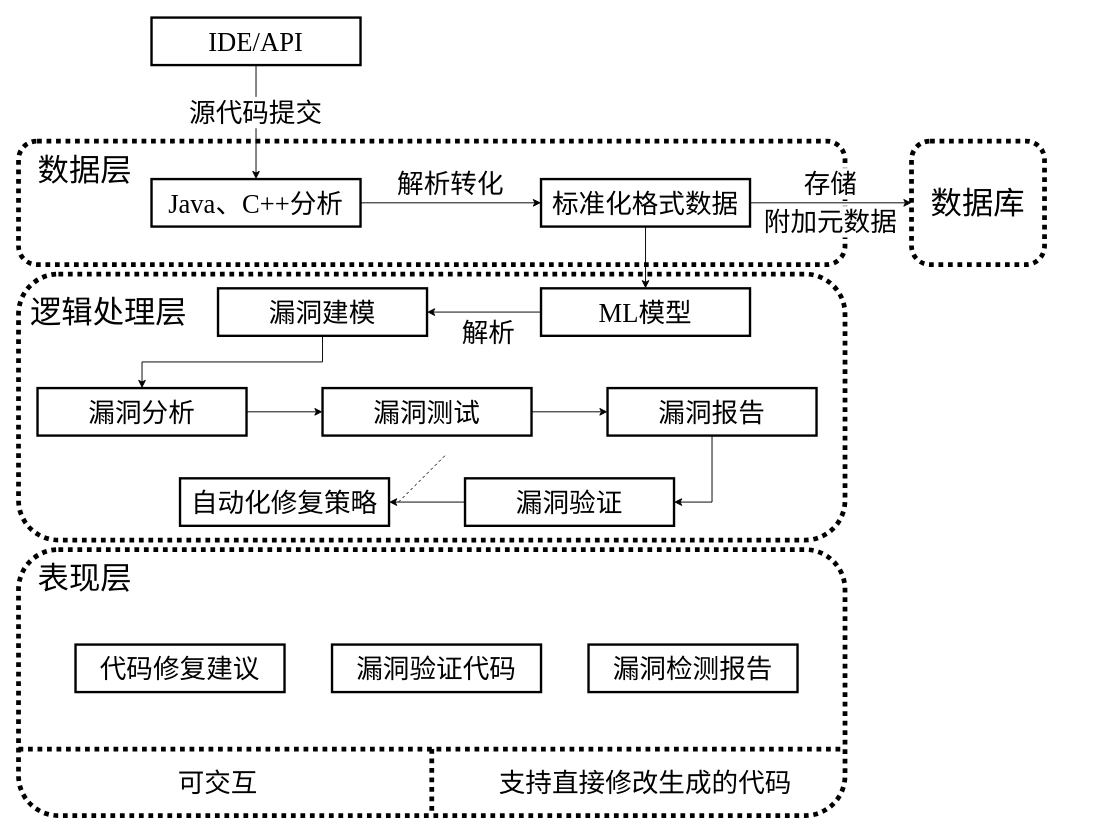
Before: 工作流程图.drawio in LovenSar/-, a draw.io diagram. Source tidied: cells renumbered, new cells numbered last; positions are measured from the earlier drawing's top-left corner, leaving out a move shared by most shapes. Both pictures are drawn from the tidied source at 95%, with x=0, y=0 at pixel (18, 17).
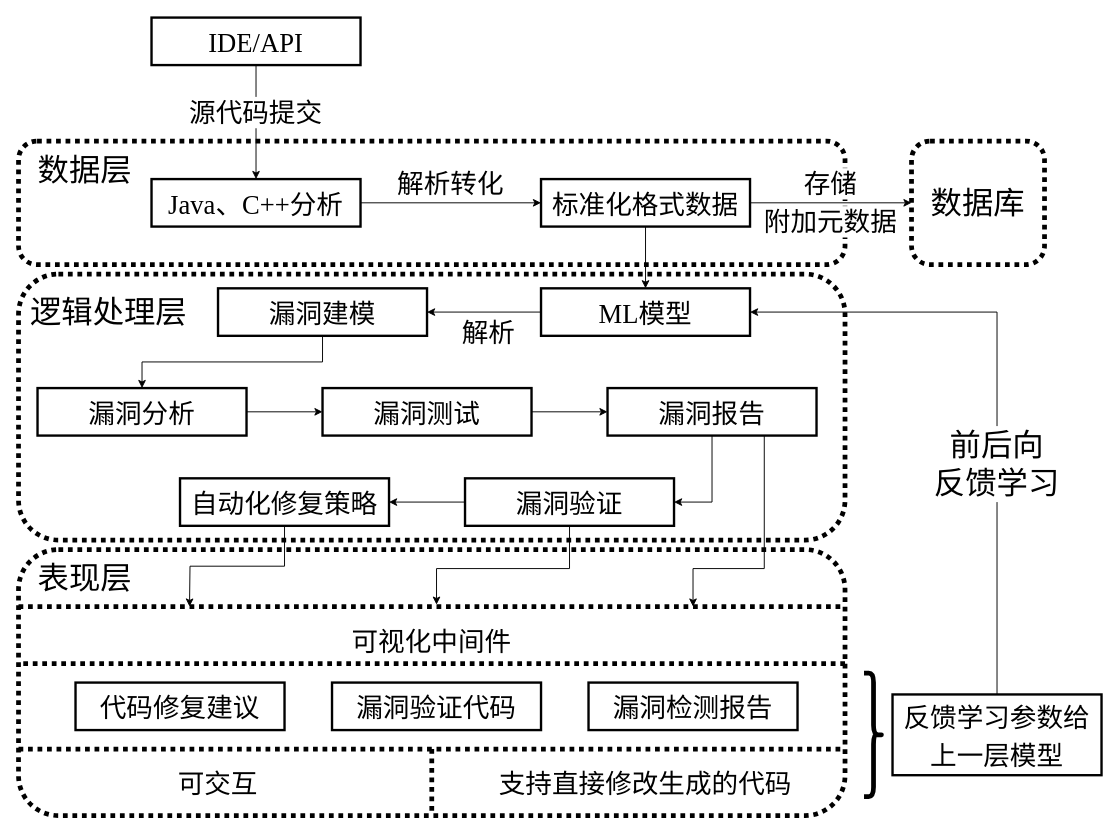
The same diagram, later.

Commit message:
更新工作流程图.drawio

Diff of the diagram source:
```diff
@@
-    <mxCell id="2" style="rounded=1;whiteSpace=wrap;html=1;fillColor=none;strokeWidth=5;dashed=1;dashPattern=1 1;" parent="1" vertex="1">
+    <mxCell id="2" style="rounded=1;whiteSpace=wrap;html=1;fillColor=none;strokeWidth=5;dashed=1;dashPattern=1 1;fontFamily=宋体;" parent="1" vertex="1">
       <mxGeometry y="130" width="870" height="130" as="geometry" />
     </mxCell>
@@
-    <mxCell id="4" style="edgeStyle=orthogonalEdgeStyle;rounded=0;jettySize=auto;html=1;entryX=0.5;entryY=0;entryDx=0;entryDy=0;" parent="1" edge="1" source="5" target="7">
+    <mxCell id="4" style="edgeStyle=orthogonalEdgeStyle;rounded=0;jettySize=auto;html=1;entryX=0.5;entryY=0;entryDx=0;entryDy=0;fontFamily=宋体;" parent="1" edge="1" source="5" target="7">
       <mxGeometry relative="1" as="geometry" />
     </mxCell>
-    <mxCell id="5" value="&lt;font style=&quot;font-size: 28px;&quot;&gt;IDE/API&lt;/font&gt;" style="rounded=0;whiteSpace=wrap;html=1;fillColor=none;strokeWidth=2.5;fontFamily=Times New Roman;fontSize=33;" parent="1" vertex="1">
+    <mxCell id="5" value="&lt;font face=&quot;Times New Roman&quot; style=&quot;font-size: 28px;&quot;&gt;IDE/API&lt;/font&gt;" style="rounded=0;whiteSpace=wrap;html=1;fillColor=none;strokeWidth=2.5;fontFamily=宋体;fontSize=33;" parent="1" vertex="1">
       <mxGeometry x="140" width="220" height="50" as="geometry" />
     </mxCell>
-    <mxCell id="6" style="edgeStyle=orthogonalEdgeStyle;rounded=0;jettySize=auto;html=1;entryX=0;entryY=0.5;entryDx=0;entryDy=0;" parent="1" edge="1" source="7" target="10">
+    <mxCell id="6" style="edgeStyle=orthogonalEdgeStyle;rounded=0;jettySize=auto;html=1;entryX=0;entryY=0.5;entryDx=0;entryDy=0;fontFamily=宋体;" parent="1" edge="1" source="7" target="10">
       <mxGeometry relative="1" as="geometry" />
     </mxCell>
-    <mxCell id="7" value="&lt;span style=&quot;font-size: 28px;&quot;&gt;Java、C++分析&lt;/span&gt;" style="rounded=0;whiteSpace=wrap;html=1;fillColor=none;strokeWidth=2.5;fontFamily=Times New Roman;fontSize=33;" parent="1" vertex="1">
+    <mxCell id="7" value="&lt;span style=&quot;font-size: 28px;&quot;&gt;&lt;font face=&quot;Times New Roman&quot;&gt;Java&lt;/font&gt;、&lt;font face=&quot;Times New Roman&quot;&gt;C++&lt;/font&gt;分析&lt;/span&gt;" style="rounded=0;whiteSpace=wrap;html=1;fillColor=none;strokeWidth=2.5;fontFamily=宋体;fontSize=33;" parent="1" vertex="1">
       <mxGeometry x="140" y="170" width="220" height="50" as="geometry" />
     </mxCell>
-    <mxCell id="8" style="edgeStyle=orthogonalEdgeStyle;rounded=0;jettySize=auto;html=1;entryX=0;entryY=0.5;entryDx=0;entryDy=0;exitX=1;exitY=0.5;exitDx=0;exitDy=0;" parent="1" edge="1" source="10" target="11">
+    <mxCell id="8" style="edgeStyle=orthogonalEdgeStyle;rounded=0;jettySize=auto;html=1;entryX=0;entryY=0.5;entryDx=0;entryDy=0;exitX=1;exitY=0.5;exitDx=0;exitDy=0;fontFamily=宋体;" parent="1" edge="1" source="10" target="11">
       <mxGeometry relative="1" as="geometry" />
     </mxCell>
-    <mxCell id="9" style="edgeStyle=orthogonalEdgeStyle;rounded=0;jettySize=auto;html=1;entryX=0.5;entryY=0;entryDx=0;entryDy=0;" parent="1" edge="1" source="10" target="22">
+    <mxCell id="9" style="edgeStyle=orthogonalEdgeStyle;rounded=0;jettySize=auto;html=1;entryX=0.5;entryY=0;entryDx=0;entryDy=0;fontFamily=宋体;" parent="1" edge="1" source="10" target="22">
       <mxGeometry relative="1" as="geometry" />
     </mxCell>
-    <mxCell id="10" value="&lt;span style=&quot;font-size: 28px;&quot;&gt;标准化格式数据&lt;/span&gt;" style="rounded=0;whiteSpace=wrap;html=1;fillColor=none;strokeWidth=2.5;fontFamily=Times New Roman;fontSize=33;" parent="1" vertex="1">
+    <mxCell id="10" value="&lt;span style=&quot;font-size: 28px;&quot;&gt;标准化格式数据&lt;/span&gt;" style="rounded=0;whiteSpace=wrap;html=1;fillColor=none;strokeWidth=2.5;fontFamily=宋体;fontSize=33;" parent="1" vertex="1">
       <mxGeometry x="550" y="170" width="220" height="50" as="geometry" />
     </mxCell>
-    <mxCell id="11" style="rounded=1;whiteSpace=wrap;html=1;fillColor=none;strokeWidth=5;dashed=1;dashPattern=1 1;" parent="1" vertex="1">
+    <mxCell id="11" style="rounded=1;whiteSpace=wrap;html=1;fillColor=none;strokeWidth=5;dashed=1;dashPattern=1 1;fontFamily=宋体;" parent="1" vertex="1">
       <mxGeometry x="940" y="130" width="140" height="130" as="geometry" />
     </mxCell>
@@
-    <mxCell id="17" style="rounded=1;whiteSpace=wrap;html=1;fillColor=none;strokeWidth=5;dashed=1;dashPattern=1 1;" parent="1" vertex="1">
+    <mxCell id="17" style="rounded=1;whiteSpace=wrap;html=1;fillColor=none;strokeWidth=5;dashed=1;dashPattern=1 1;fontFamily=宋体;" parent="1" vertex="1">
       <mxGeometry y="560" width="870" height="280" as="geometry" />
     </mxCell>
-    <mxCell id="18" style="group;" parent="1" vertex="1">
+    <mxCell id="18" style="group;fontFamily=宋体;" parent="1" vertex="1">
       <mxGeometry y="270" width="870" height="280" as="geometry" />
     </mxCell>
-    <mxCell id="19" style="rounded=1;whiteSpace=wrap;html=1;fillColor=none;strokeWidth=5;dashed=1;dashPattern=1 1;" parent="18" vertex="1">
+    <mxCell id="19" style="rounded=1;whiteSpace=wrap;html=1;fillColor=none;strokeWidth=5;dashed=1;dashPattern=1 1;fontFamily=宋体;" parent="18" vertex="1">
       <mxGeometry width="870" height="280" as="geometry" />
     </mxCell>
@@
-    <mxCell id="21" style="edgeStyle=orthogonalEdgeStyle;rounded=0;jettySize=auto;html=1;entryX=1;entryY=0.5;entryDx=0;entryDy=0;" parent="18" edge="1" source="22" target="24">
+    <mxCell id="21" style="edgeStyle=orthogonalEdgeStyle;rounded=0;jettySize=auto;html=1;entryX=1;entryY=0.5;entryDx=0;entryDy=0;fontFamily=宋体;" parent="18" edge="1" source="22" target="24">
       <mxGeometry relative="1" as="geometry" />
     </mxCell>
-    <mxCell id="22" value="&lt;span style=&quot;font-size: 28px;&quot;&gt;ML模型&lt;/span&gt;" style="rounded=0;whiteSpace=wrap;html=1;fillColor=none;strokeWidth=2.5;fontFamily=Times New Roman;fontSize=33;" parent="18" vertex="1">
+    <mxCell id="22" value="&lt;span style=&quot;font-size: 28px;&quot;&gt;&lt;font face=&quot;Times New Roman&quot;&gt;ML&lt;/font&gt;模型&lt;/span&gt;" style="rounded=0;whiteSpace=wrap;html=1;fillColor=none;strokeWidth=2.5;fontFamily=宋体;fontSize=33;" parent="18" vertex="1">
       <mxGeometry x="550" y="15" width="220" height="50" as="geometry" />
     </mxCell>
-    <mxCell id="23" style="edgeStyle=orthogonalEdgeStyle;rounded=0;jettySize=auto;html=1;entryX=0.5;entryY=0;entryDx=0;entryDy=0;" parent="18" edge="1" source="24" target="26">
+    <mxCell id="23" style="edgeStyle=orthogonalEdgeStyle;rounded=0;jettySize=auto;html=1;entryX=0.5;entryY=0;entryDx=0;entryDy=0;fontFamily=宋体;" parent="18" edge="1" source="24" target="26">
       <mxGeometry relative="1" as="geometry" />
     </mxCell>
-    <mxCell id="24" value="&lt;span style=&quot;font-size: 28px;&quot;&gt;漏洞建模&lt;/span&gt;" style="rounded=0;whiteSpace=wrap;html=1;fillColor=none;strokeWidth=2.5;fontFamily=Times New Roman;fontSize=33;" parent="18" vertex="1">
+    <mxCell id="24" value="&lt;span style=&quot;font-size: 28px;&quot;&gt;漏洞建模&lt;/span&gt;" style="rounded=0;whiteSpace=wrap;html=1;fillColor=none;strokeWidth=2.5;fontFamily=宋体;fontSize=33;" parent="18" vertex="1">
       <mxGeometry x="210" y="15" width="220" height="50" as="geometry" />
     </mxCell>
-    <mxCell id="25" style="edgeStyle=orthogonalEdgeStyle;rounded=0;jettySize=auto;html=1;entryX=0;entryY=0.5;entryDx=0;entryDy=0;" parent="18" edge="1" source="26" target="28">
+    <mxCell id="25" style="edgeStyle=orthogonalEdgeStyle;rounded=0;jettySize=auto;html=1;entryX=0;entryY=0.5;entryDx=0;entryDy=0;fontFamily=宋体;" parent="18" edge="1" source="26" target="28">
       <mxGeometry relative="1" as="geometry" />
     </mxCell>
-    <mxCell id="26" value="&lt;span style=&quot;font-size: 28px;&quot;&gt;漏洞分析&lt;/span&gt;" style="rounded=0;whiteSpace=wrap;html=1;fillColor=none;strokeWidth=2.5;fontFamily=Times New Roman;fontSize=33;" parent="18" vertex="1">
+    <mxCell id="26" value="&lt;span style=&quot;font-size: 28px;&quot;&gt;漏洞分析&lt;/span&gt;" style="rounded=0;whiteSpace=wrap;html=1;fillColor=none;strokeWidth=2.5;fontFamily=宋体;fontSize=33;" parent="18" vertex="1">
       <mxGeometry x="20" y="120" width="220" height="50" as="geometry" />
     </mxCell>
-    <mxCell id="27" style="edgeStyle=orthogonalEdgeStyle;rounded=0;jettySize=auto;html=1;" parent="18" edge="1" source="28" target="30">
+    <mxCell id="27" style="edgeStyle=orthogonalEdgeStyle;rounded=0;jettySize=auto;html=1;fontFamily=宋体;" parent="18" edge="1" source="28" target="30">
       <mxGeometry relative="1" as="geometry" />
     </mxCell>
-    <mxCell id="28" value="&lt;span style=&quot;font-size: 28px;&quot;&gt;漏洞测试&lt;/span&gt;" style="rounded=0;whiteSpace=wrap;html=1;fillColor=none;strokeWidth=2.5;fontFamily=Times New Roman;fontSize=33;" parent="18" vertex="1">
+    <mxCell id="28" value="&lt;span style=&quot;font-size: 28px;&quot;&gt;漏洞测试&lt;/span&gt;" style="rounded=0;whiteSpace=wrap;html=1;fillColor=none;strokeWidth=2.5;fontFamily=宋体;fontSize=33;" parent="18" vertex="1">
       <mxGeometry x="320" y="120" width="220" height="50" as="geometry" />
     </mxCell>
-    <mxCell id="29" style="edgeStyle=orthogonalEdgeStyle;rounded=0;jettySize=auto;html=1;entryX=1;entryY=0.5;entryDx=0;entryDy=0;" parent="18" edge="1" source="30" target="32">
+    <mxCell id="29" style="edgeStyle=orthogonalEdgeStyle;rounded=0;jettySize=auto;html=1;entryX=1;entryY=0.5;entryDx=0;entryDy=0;fontFamily=宋体;" parent="18" edge="1" source="30" target="32">
       <mxGeometry relative="1" as="geometry" />
     </mxCell>
-    <mxCell id="30" value="&lt;span style=&quot;font-size: 28px;&quot;&gt;漏洞报告&lt;/span&gt;" style="rounded=0;whiteSpace=wrap;html=1;fillColor=none;strokeWidth=2.5;fontFamily=Times New Roman;fontSize=33;" parent="18" vertex="1">
+    <mxCell id="30" value="&lt;span style=&quot;font-size: 28px;&quot;&gt;漏洞报告&lt;/span&gt;" style="rounded=0;whiteSpace=wrap;html=1;fillColor=none;strokeWidth=2.5;fontFamily=宋体;fontSize=33;" parent="18" vertex="1">
       <mxGeometry x="620" y="120" width="220" height="50" as="geometry" />
     </mxCell>
-    <mxCell id="31" style="edgeStyle=orthogonalEdgeStyle;rounded=0;jettySize=auto;html=1;entryX=1;entryY=0.5;entryDx=0;entryDy=0;" parent="18" edge="1" source="32" target="33">
+    <mxCell id="31" style="edgeStyle=orthogonalEdgeStyle;rounded=0;jettySize=auto;html=1;entryX=1;entryY=0.5;entryDx=0;entryDy=0;fontFamily=宋体;" parent="18" edge="1" source="32" target="33">
       <mxGeometry relative="1" as="geometry" />
     </mxCell>
-    <mxCell id="32" value="&lt;span style=&quot;font-size: 28px;&quot;&gt;漏洞验证&lt;/span&gt;" style="rounded=0;whiteSpace=wrap;html=1;fillColor=none;strokeWidth=2.5;fontFamily=Times New Roman;fontSize=33;" parent="18" vertex="1">
+    <mxCell id="32" value="&lt;span style=&quot;font-size: 28px;&quot;&gt;漏洞验证&lt;/span&gt;" style="rounded=0;whiteSpace=wrap;html=1;fillColor=none;strokeWidth=2.5;fontFamily=宋体;fontSize=33;" parent="18" vertex="1">
       <mxGeometry x="470" y="215" width="220" height="50" as="geometry" />
     </mxCell>
-    <mxCell id="33" value="&lt;span style=&quot;font-size: 28px;&quot;&gt;自动化修复策略&lt;/span&gt;" style="rounded=0;whiteSpace=wrap;html=1;fillColor=none;strokeWidth=2.5;fontFamily=Times New Roman;fontSize=33;" parent="18" vertex="1">
+    <mxCell id="33" value="&lt;span style=&quot;font-size: 28px;&quot;&gt;自动化修复策略&lt;/span&gt;" style="rounded=0;whiteSpace=wrap;html=1;fillColor=none;strokeWidth=2.5;fontFamily=宋体;fontSize=33;" parent="18" vertex="1">
       <mxGeometry x="170" y="215" width="220" height="50" as="geometry" />
     </mxCell>
@@
-    <mxCell id="35" style="edgeStyle=orthogonalEdgeStyle;rounded=0;orthogonalLoop=1;jettySize=auto;html=1;exitX=0.5;exitY=1;exitDx=0;exitDy=0;" parent="18" edge="1" source="19" target="19">
+    <mxCell id="35" style="edgeStyle=orthogonalEdgeStyle;rounded=0;orthogonalLoop=1;jettySize=auto;html=1;exitX=0.5;exitY=1;exitDx=0;exitDy=0;fontFamily=宋体;" parent="18" edge="1" source="19" target="19">
       <mxGeometry relative="1" as="geometry" />
     </mxCell>
@@
-    <mxCell id="37" value="&lt;span style=&quot;font-size: 28px;&quot;&gt;漏洞检测报告&lt;/span&gt;" style="rounded=0;whiteSpace=wrap;html=1;fillColor=none;strokeWidth=2.5;fontFamily=Times New Roman;fontSize=33;" parent="1" vertex="1">
-      <mxGeometry x="600" y="660" width="220" height="50" as="geometry" />
+    <mxCell id="37" value="&lt;span style=&quot;font-size: 28px;&quot;&gt;漏洞检测报告&lt;/span&gt;" style="rounded=0;whiteSpace=wrap;html=1;fillColor=none;strokeWidth=2.5;fontFamily=宋体;fontSize=33;" parent="1" vertex="1">
+      <mxGeometry x="600" y="700" width="220" height="50" as="geometry" />
     </mxCell>
-    <mxCell id="38" value="&lt;span style=&quot;font-size: 28px;&quot;&gt;漏洞验证代码&lt;/span&gt;" style="rounded=0;whiteSpace=wrap;html=1;fillColor=none;strokeWidth=2.5;fontFamily=Times New Roman;fontSize=33;" parent="1" vertex="1">
-      <mxGeometry x="330" y="660" width="220" height="50" as="geometry" />
+    <mxCell id="38" value="&lt;span style=&quot;font-size: 28px;&quot;&gt;漏洞验证代码&lt;/span&gt;" style="rounded=0;whiteSpace=wrap;html=1;fillColor=none;strokeWidth=2.5;fontFamily=宋体;fontSize=33;" parent="1" vertex="1">
+      <mxGeometry x="330" y="700" width="220" height="50" as="geometry" />
     </mxCell>
-    <mxCell id="39" value="&lt;span style=&quot;font-size: 28px;&quot;&gt;代码修复建议&lt;/span&gt;" style="rounded=0;whiteSpace=wrap;html=1;fillColor=none;strokeWidth=2.5;fontFamily=Times New Roman;fontSize=33;" parent="1" vertex="1">
-      <mxGeometry x="60" y="660" width="220" height="50" as="geometry" />
+    <mxCell id="39" value="&lt;span style=&quot;font-size: 28px;&quot;&gt;代码修复建议&lt;/span&gt;" style="rounded=0;whiteSpace=wrap;html=1;fillColor=none;strokeWidth=2.5;fontFamily=宋体;fontSize=33;" parent="1" vertex="1">
+      <mxGeometry x="60" y="700" width="220" height="50" as="geometry" />
     </mxCell>
-    <mxCell id="40" style="endArrow=none;dashed=1;html=1;rounded=0;" parent="1" edge="1">
-      <mxGeometry relative="1" as="geometry">
-        <mxPoint x="400" y="510" as="sourcePoint" />
-        <mxPoint x="450" y="460" as="targetPoint" />
-      </mxGeometry>
-    </mxCell>
-    <mxCell id="41" style="edgeStyle=orthogonalEdgeStyle;rounded=0;orthogonalLoop=1;jettySize=auto;html=1;exitX=0;exitY=0.75;exitDx=0;exitDy=0;entryX=1;entryY=0.75;entryDx=0;entryDy=0;strokeWidth=5;endArrow=none;endFill=0;dashed=1;dashPattern=1 1;" parent="1" edge="1" source="17" target="17">
+    <mxCell id="41" style="edgeStyle=orthogonalEdgeStyle;rounded=0;orthogonalLoop=1;jettySize=auto;html=1;exitX=0;exitY=0.75;exitDx=0;exitDy=0;entryX=1;entryY=0.75;entryDx=0;entryDy=0;strokeWidth=5;endArrow=none;endFill=0;dashed=1;dashPattern=1 1;fontFamily=宋体;" parent="1" edge="1" source="17" target="17">
       <mxGeometry relative="1" as="geometry">
         <Array as="points">
           <mxPoint x="435" y="770" />
           <mxPoint x="435" y="770" />
         </Array>
       </mxGeometry>
     </mxCell>
-    <mxCell id="42" style="edgeStyle=orthogonalEdgeStyle;rounded=0;jettySize=auto;html=1;entryX=0.5;entryY=1;entryDx=0;entryDy=0;strokeWidth=5;endArrow=none;endFill=0;dashed=1;dashPattern=1 1;" parent="1" edge="1" target="17">
+    <mxCell id="42" style="edgeStyle=orthogonalEdgeStyle;rounded=0;jettySize=auto;html=1;entryX=0.5;entryY=1;entryDx=0;entryDy=0;strokeWidth=5;endArrow=none;endFill=0;dashed=1;dashPattern=1 1;fontFamily=宋体;" parent="1" edge="1" target="17">
       <mxGeometry relative="1" as="geometry">
         <mxPoint x="435" y="770" as="sourcePoint" />
         <Array as="points">
           <mxPoint x="435" y="810" />
           <mxPoint x="435" y="810" />
         </Array>
       </mxGeometry>
     </mxCell>
-    <mxCell id="43" value="&lt;span style=&quot;font-size: 28px;&quot;&gt;可交互&lt;/span&gt;" style="rounded=0;whiteSpace=wrap;html=1;fillColor=none;strokeWidth=2.5;fontFamily=Times New Roman;fontSize=33;strokeColor=none;" parent="1" vertex="1">
+    <mxCell id="43" value="&lt;span style=&quot;font-size: 28px;&quot;&gt;可交互&lt;/span&gt;" style="rounded=0;whiteSpace=wrap;html=1;fillColor=none;strokeWidth=2.5;fontFamily=宋体;fontSize=33;strokeColor=none;" parent="1" vertex="1">
       <mxGeometry x="100" y="780" width="220" height="50" as="geometry" />
     </mxCell>
-    <mxCell id="44" value="&lt;span style=&quot;font-size: 28px;&quot;&gt;支持直接修改生成的代码&lt;/span&gt;" style="rounded=0;whiteSpace=wrap;html=1;fillColor=none;strokeWidth=2.5;fontFamily=Times New Roman;fontSize=33;strokeColor=none;" parent="1" vertex="1">
+    <mxCell id="44" value="&lt;span style=&quot;font-size: 28px;&quot;&gt;支持直接修改生成的代码&lt;/span&gt;" style="rounded=0;whiteSpace=wrap;html=1;fillColor=none;strokeWidth=2.5;fontFamily=宋体;fontSize=33;strokeColor=none;" parent="1" vertex="1">
       <mxGeometry x="500" y="780" width="320" height="50" as="geometry" />
     </mxCell>
+    <mxCell id="45" style="shape=curlyBracket;whiteSpace=wrap;html=1;rounded=1;flipH=1;labelPosition=right;verticalLabelPosition=middle;align=left;verticalAlign=middle;strokeWidth=5;fontFamily=宋体;" parent="1" vertex="1">
+      <mxGeometry x="890" y="690" width="20" height="130" as="geometry" />
+    </mxCell>
+    <mxCell id="46" style="edgeStyle=orthogonalEdgeStyle;rounded=0;jettySize=auto;html=1;entryX=1;entryY=0.5;entryDx=0;entryDy=0;fontFamily=宋体;" parent="1" edge="1" source="47" target="22">
+      <mxGeometry relative="1" as="geometry">
+        <Array as="points">
+          <mxPoint x="1030" y="310" />
+        </Array>
+      </mxGeometry>
+    </mxCell>
+    <mxCell id="47" value="&lt;span style=&quot;font-size: 28px;&quot;&gt;反馈学习参数给上一层模型&lt;/span&gt;" style="rounded=0;whiteSpace=wrap;html=1;fillColor=none;strokeWidth=2.5;fontFamily=宋体;fontSize=33;" parent="1" vertex="1">
+      <mxGeometry x="920" y="712.5" width="220" height="85" as="geometry" />
+    </mxCell>
+    <mxCell id="48" value="前后向&lt;br&gt;反馈学习" style="text;html=1;align=center;verticalAlign=middle;whiteSpace=wrap;rounded=0;fontFamily=宋体;fontSize=33;fillColor=default;" parent="1" vertex="1">
+      <mxGeometry x="960" y="430" width="140" height="80" as="geometry" />
+    </mxCell>
+    <mxCell id="49" style="edgeStyle=orthogonalEdgeStyle;rounded=0;jettySize=auto;html=1;exitX=0.75;exitY=1;exitDx=0;exitDy=0;fontFamily=宋体;" parent="1" edge="1" source="30">
+      <mxGeometry relative="1" as="geometry">
+        <mxPoint x="710" y="620" as="targetPoint" />
+        <Array as="points">
+          <mxPoint x="785" y="580" />
+          <mxPoint x="710" y="580" />
+        </Array>
+      </mxGeometry>
+    </mxCell>
+    <mxCell id="50" style="edgeStyle=orthogonalEdgeStyle;rounded=0;jettySize=auto;html=1;fontFamily=宋体;" parent="1" edge="1" source="32">
+      <mxGeometry relative="1" as="geometry">
+        <mxPoint x="440" y="618" as="targetPoint" />
+        <Array as="points">
+          <mxPoint x="580" y="580" />
+          <mxPoint x="440" y="580" />
+        </Array>
+      </mxGeometry>
+    </mxCell>
+    <mxCell id="51" style="edgeStyle=orthogonalEdgeStyle;rounded=0;jettySize=auto;html=1;fontFamily=宋体;" parent="1" edge="1" source="33">
+      <mxGeometry relative="1" as="geometry">
+        <mxPoint x="180" y="620" as="targetPoint" />
+      </mxGeometry>
+    </mxCell>
+    <mxCell id="52" style="edgeStyle=orthogonalEdgeStyle;rounded=0;orthogonalLoop=1;jettySize=auto;html=1;exitX=0;exitY=0.75;exitDx=0;exitDy=0;entryX=1;entryY=0.75;entryDx=0;entryDy=0;strokeWidth=5;endArrow=none;endFill=0;dashed=1;dashPattern=1 1;fontFamily=宋体;" parent="1" edge="1">
+      <mxGeometry relative="1" as="geometry">
+        <mxPoint y="620" as="sourcePoint" />
+        <mxPoint x="870" y="620" as="targetPoint" />
+        <Array as="points">
+          <mxPoint x="435" y="620" />
+          <mxPoint x="435" y="620" />
+        </Array>
+      </mxGeometry>
+    </mxCell>
+    <mxCell id="53" style="edgeStyle=orthogonalEdgeStyle;rounded=0;orthogonalLoop=1;jettySize=auto;html=1;exitX=0;exitY=0.75;exitDx=0;exitDy=0;entryX=1;entryY=0.75;entryDx=0;entryDy=0;strokeWidth=5;endArrow=none;endFill=0;dashed=1;dashPattern=1 1;fontFamily=宋体;" parent="1" edge="1">
+      <mxGeometry relative="1" as="geometry">
+        <mxPoint x="5" y="680" as="sourcePoint" />
+        <mxPoint x="875" y="680" as="targetPoint" />
+        <Array as="points">
+          <mxPoint x="440" y="680" />
+          <mxPoint x="440" y="680" />
+        </Array>
+      </mxGeometry>
+    </mxCell>
+    <mxCell id="54" value="&lt;span style=&quot;font-size: 28px;&quot;&gt;可视化中间件&lt;/span&gt;" style="rounded=0;whiteSpace=wrap;html=1;fillColor=none;strokeWidth=2.5;fontFamily=宋体;fontSize=33;strokeColor=none;" parent="1" vertex="1">
+      <mxGeometry x="325" y="630" width="220" height="50" as="geometry" />
+    </mxCell>
```
